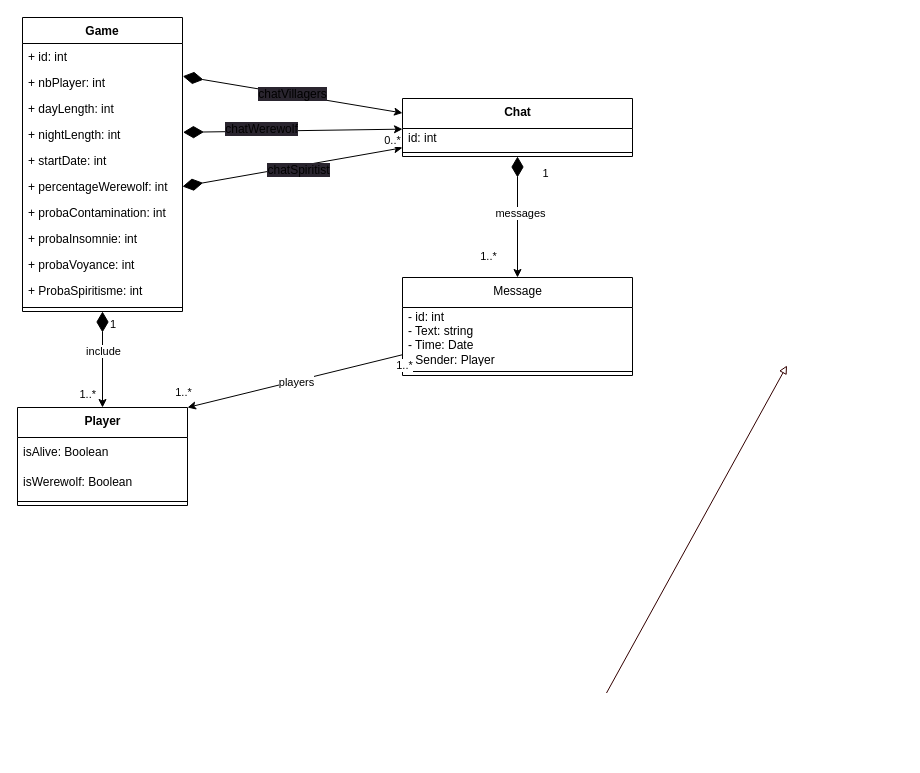
The draw.io diagram documentation/server/diagramme_de_classes_analyse.drawio in gfhuth/werewolf, before the edit. Source tidied: cells renumbered, new cells numbered last; positions are measured from the earlier drawing's top-left corner, leaving out a move shared by most shapes. Both pictures are drawn from the tidied source at 100%, with x=0, y=0 at pixel (17, 17).
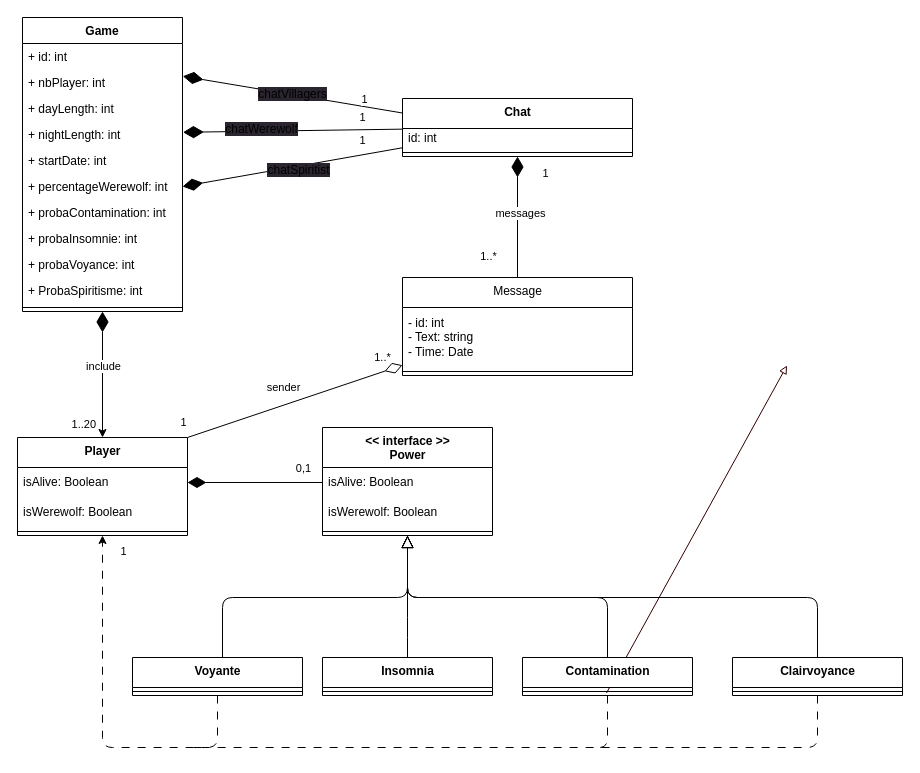
The same page after the edit.

The change refers to these unchanged cells:
```xml
<mxCell id="2" style="endArrow=classic;html=1;exitX=0.5;exitY=1;exitDx=0;exitDy=0;startArrow=diamondThin;startFill=1;endSize=6;startSize=18;entryX=0.5;entryY=0;entryDx=0;entryDy=0;" parent="1" edge="1" source="6" target="38">
  <mxGeometry relative="1" as="geometry" />
</mxCell>
<mxCell id="8" value="+ nbPlayer: int" style="text;strokeColor=none;fillColor=none;align=left;verticalAlign=top;spacingLeft=4;spacingRight=4;overflow=hidden;points=[[0,0.5],[1,0.5]];portConstraint=eastwest;" parent="6" vertex="1">
  <mxGeometry y="52" width="160" height="26" as="geometry" />
</mxCell>
<mxCell id="12" value="+ percentageWerewolf: int" style="text;strokeColor=none;fillColor=none;align=left;verticalAlign=top;spacingLeft=4;spacingRight=4;overflow=hidden;points=[[0,0.5],[1,0.5]];portConstraint=eastwest;" parent="6" vertex="1">
  <mxGeometry y="156" width="160" height="26" as="geometry" />
</mxCell>
<mxCell id="18" value="Message" style="swimlane;fontStyle=0;align=center;verticalAlign=top;horizontal=1;startSize=30;html=1;" parent="1" vertex="1">
  <mxGeometry x="385" y="260" width="230" height="98" as="geometry" />
</mxCell>
<mxCell id="27" value="&lt;b&gt;Chat&lt;/b&gt;" style="swimlane;fontStyle=0;align=center;verticalAlign=top;horizontal=1;startSize=30;html=1;" parent="1" vertex="1">
  <mxGeometry x="385" y="81" width="230" height="58" as="geometry" />
</mxCell>
<mxCell id="39" value="isAlive: Boolean" style="text;html=1;strokeColor=none;fillColor=none;align=left;verticalAlign=middle;spacingLeft=4;spacingRight=4;overflow=hidden;points=[[0,0.5],[1,0.5]];portConstraint=eastwest;" parent="38" vertex="1">
  <mxGeometry y="30" width="170" height="30" as="geometry" />
</mxCell>
```

Change to the diagram source:
```diff
@@
-    <mxCell id="4" value="1" style="edgeLabel;html=1;align=left;verticalAlign=bottom;" parent="2" vertex="1">
-      <mxGeometry x="-1" relative="1" as="geometry">
-        <mxPoint x="6" y="21" as="offset" />
-      </mxGeometry>
-    </mxCell>
-    <mxCell id="5" value="1..*" style="edgeLabel;html=1;align=right;verticalAlign=bottom;" parent="2" vertex="1">
+    <mxCell id="5" value="1..20" style="edgeLabel;html=1;align=right;verticalAlign=bottom;" parent="2" vertex="1">
       <mxGeometry x="1" relative="1" as="geometry">
         <mxPoint x="-6" y="-5" as="offset" />
       </mxGeometry>
     </mxCell>
@@
-    <mxCell id="19" value="- id: int&lt;br&gt;- Text: string&lt;br&gt;- Time: Date&lt;br&gt;- Sender: Player&amp;nbsp;" style="text;html=1;strokeColor=none;fillColor=none;align=left;verticalAlign=middle;spacingLeft=4;spacingRight=4;overflow=hidden;" parent="18" vertex="1">
+    <mxCell id="19" value="- id: int&lt;br&gt;- Text: string&lt;br&gt;- Time: Date&amp;nbsp;" style="text;html=1;strokeColor=none;fillColor=none;align=left;verticalAlign=middle;spacingLeft=4;spacingRight=4;overflow=hidden;" parent="18" vertex="1">
       <mxGeometry y="30" width="230" height="60" as="geometry" />
     </mxCell>
@@
-    <mxCell id="21" style="edgeStyle=none;html=1;exitX=1;exitY=0.5;exitDx=0;exitDy=0;startArrow=diamondThin;startFill=1;startSize=18;" parent="1" edge="1" target="27">
+    <mxCell id="21" style="edgeStyle=none;html=1;exitX=1;exitY=0.5;exitDx=0;exitDy=0;startArrow=diamondThin;startFill=1;startSize=18;endArrow=none;endFill=0;" parent="1" edge="1" target="27">
       <mxGeometry relative="1" as="geometry">
         <mxPoint x="165.5" y="114.8" as="sourcePoint" />
       </mxGeometry>
     </mxCell>
@@
+    <mxCell id="43" value="1" style="edgeLabel;html=1;align=center;verticalAlign=middle;" parent="21" vertex="1">
+      <mxGeometry x="0.83" relative="1" as="geometry">
+        <mxPoint x="-22" y="-12" as="offset" />
+      </mxGeometry>
+    </mxCell>
-    <mxCell id="23" style="edgeStyle=none;html=1;startArrow=diamondThin;startFill=1;startSize=18;entryX=0.5;entryY=0;entryDx=0;entryDy=0;" parent="1" edge="1" source="27" target="18">
+    <mxCell id="23" style="edgeStyle=none;html=1;startArrow=diamondThin;startFill=1;startSize=18;entryX=0.5;entryY=0;entryDx=0;entryDy=0;endArrow=none;endFill=0;" parent="1" edge="1" source="27" target="18">
       <mxGeometry relative="1" as="geometry" />
     </mxCell>
@@
-    <mxCell id="30" style="edgeStyle=none;html=1;entryX=1;entryY=0;entryDx=0;entryDy=0;" parent="1" edge="1" source="18" target="38">
+    <mxCell id="30" style="edgeStyle=none;html=1;entryX=1;entryY=0;entryDx=0;entryDy=0;endArrow=none;endFill=0;startArrow=diamondThin;startFill=0;startSize=16;" parent="1" edge="1" source="18" target="38">
       <mxGeometry relative="1" as="geometry" />
     </mxCell>
-    <mxCell id="31" value="players" style="edgeLabel;html=1;align=center;verticalAlign=middle;" parent="30" vertex="1">
+    <mxCell id="31" value="sender" style="edgeLabel;html=1;align=center;verticalAlign=middle;" parent="30" vertex="1">
       <mxGeometry x="-0.01" y="2" relative="1" as="geometry">
-        <mxPoint y="-1" as="offset" />
+        <mxPoint x="-14" y="-16" as="offset" />
       </mxGeometry>
     </mxCell>
     <mxCell id="32" value="1..*" style="edgeLabel;html=1;align=center;verticalAlign=middle;" parent="30" vertex="1">
       <mxGeometry x="-0.91" relative="1" as="geometry">
-        <mxPoint x="11" y="8" as="offset" />
+        <mxPoint x="-11" y="-11" as="offset" />
       </mxGeometry>
     </mxCell>
-    <mxCell id="33" value="1..*" style="edgeLabel;html=1;align=center;verticalAlign=middle;" parent="30" vertex="1">
+    <mxCell id="33" value="1" style="edgeLabel;html=1;align=center;verticalAlign=middle;" parent="30" vertex="1">
       <mxGeometry x="0.92" y="1" relative="1" as="geometry">
         <mxPoint x="-13" y="-14" as="offset" />
       </mxGeometry>
     </mxCell>
-    <mxCell id="34" value="&lt;span style=&quot;font-size: 12px; background-color: rgb(42, 37, 47);&quot;&gt;chatVillagers&lt;/span&gt;" style="edgeStyle=none;html=1;exitX=1.002;exitY=0.259;exitDx=0;exitDy=0;entryX=0;entryY=0.25;entryDx=0;entryDy=0;exitPerimeter=0;startArrow=diamondThin;startFill=1;startSize=18;" parent="1" edge="1" source="8" target="27">
+    <mxCell id="34" value="&lt;span style=&quot;font-size: 12px; background-color: rgb(42, 37, 47);&quot;&gt;chatVillagers&lt;/span&gt;" style="edgeStyle=none;html=1;exitX=1.002;exitY=0.259;exitDx=0;exitDy=0;entryX=0;entryY=0.25;entryDx=0;entryDy=0;exitPerimeter=0;startArrow=diamondThin;startFill=1;startSize=18;endArrow=none;endFill=0;" parent="1" edge="1" source="8" target="27">
       <mxGeometry relative="1" as="geometry" />
     </mxCell>
+    <mxCell id="44" value="1" style="edgeLabel;html=1;align=center;verticalAlign=middle;" parent="34" vertex="1">
+      <mxGeometry x="0.65" relative="1" as="geometry">
+        <mxPoint y="-8" as="offset" />
+      </mxGeometry>
+    </mxCell>
-    <mxCell id="35" style="edgeStyle=none;html=1;exitX=1;exitY=0.5;exitDx=0;exitDy=0;startArrow=diamondThin;startFill=1;startSize=18;" parent="1" edge="1" source="12" target="27">
+    <mxCell id="35" style="edgeStyle=none;html=1;exitX=1;exitY=0.5;exitDx=0;exitDy=0;startArrow=diamondThin;startFill=1;startSize=18;endArrow=none;endFill=0;" parent="1" edge="1" source="12" target="27">
       <mxGeometry relative="1" as="geometry" />
     </mxCell>
@@
-    <mxCell id="37" value="0..*" style="edgeLabel;html=1;align=center;verticalAlign=middle;" parent="35" vertex="1">
+    <mxCell id="37" value="1" style="edgeLabel;html=1;align=center;verticalAlign=middle;" parent="35" vertex="1">
       <mxGeometry x="0.91" relative="1" as="geometry">
-        <mxPoint y="-10" as="offset" />
+        <mxPoint x="-30" y="-10" as="offset" />
       </mxGeometry>
     </mxCell>
     <mxCell id="38" value="&lt;b&gt;Player&lt;br&gt;&lt;/b&gt;" style="swimlane;fontStyle=0;align=center;verticalAlign=top;horizontal=1;startSize=30;html=1;strokeColor=default;" parent="1" vertex="1">
-      <mxGeometry y="390" width="170" height="98" as="geometry" />
+      <mxGeometry y="420" width="170" height="98" as="geometry" />
     </mxCell>
@@
+    <mxCell id="45" value="&lt;b&gt;&amp;lt;&amp;lt; interface &amp;gt;&amp;gt;&lt;br&gt;Power&lt;br&gt;&lt;/b&gt;" style="swimlane;fontStyle=0;align=center;verticalAlign=top;horizontal=1;startSize=40;html=1;strokeColor=default;" parent="1" vertex="1">
+      <mxGeometry x="305" y="410" width="170" height="108" as="geometry" />
+    </mxCell>
+    <mxCell id="46" value="isAlive: Boolean" style="text;html=1;strokeColor=none;fillColor=none;align=left;verticalAlign=middle;spacingLeft=4;spacingRight=4;overflow=hidden;points=[[0,0.5],[1,0.5]];portConstraint=eastwest;" parent="45" vertex="1">
+      <mxGeometry y="40" width="170" height="30" as="geometry" />
+    </mxCell>
+    <mxCell id="47" value="isWerewolf: Boolean" style="text;html=1;strokeColor=none;fillColor=none;align=left;verticalAlign=middle;spacingLeft=4;spacingRight=4;overflow=hidden;" parent="45" vertex="1">
+      <mxGeometry y="70" width="170" height="30" as="geometry" />
+    </mxCell>
+    <mxCell id="48" style="line;strokeWidth=1;fillColor=none;align=left;verticalAlign=middle;spacingTop=-1;spacingLeft=3;spacingRight=3;labelPosition=right;strokeColor=default;" parent="45" vertex="1">
+      <mxGeometry y="100" width="170" height="8" as="geometry" />
+    </mxCell>
+    <mxCell id="49" style="edgeStyle=orthogonalEdgeStyle;html=1;entryX=0.5;entryY=1;entryDx=0;entryDy=0;endArrow=block;endFill=0;endSize=10;" parent="1" edge="1" source="51" target="45">
+      <mxGeometry relative="1" as="geometry">
+        <Array as="points">
+          <mxPoint x="590" y="580" />
+          <mxPoint x="390" y="580" />
+        </Array>
+      </mxGeometry>
+    </mxCell>
+    <mxCell id="50" style="edgeStyle=orthogonalEdgeStyle;html=1;dashed=1;dashPattern=8 8;startArrow=none;startFill=0;endArrow=none;endFill=0;startSize=16;" parent="1" edge="1" source="51">
+      <mxGeometry relative="1" as="geometry">
+        <mxPoint x="575" y="730" as="targetPoint" />
+        <Array as="points">
+          <mxPoint x="590" y="730" />
+        </Array>
+      </mxGeometry>
+    </mxCell>
+    <mxCell id="51" value="&lt;b&gt;Contamination&lt;br&gt;&lt;/b&gt;" style="swimlane;fontStyle=0;align=center;verticalAlign=top;horizontal=1;startSize=30;html=1;strokeColor=default;" parent="1" vertex="1">
+      <mxGeometry x="505" y="640" width="170" height="38" as="geometry" />
+    </mxCell>
+    <mxCell id="52" style="line;strokeWidth=1;fillColor=none;align=left;verticalAlign=middle;spacingTop=-1;spacingLeft=3;spacingRight=3;labelPosition=right;strokeColor=default;" parent="51" vertex="1">
+      <mxGeometry y="30" width="170" height="8" as="geometry" />
+    </mxCell>
+    <mxCell id="53" style="edgeStyle=orthogonalEdgeStyle;html=1;entryX=0.5;entryY=1;entryDx=0;entryDy=0;endArrow=block;endFill=0;endSize=10;" parent="1" edge="1" source="54" target="45">
+      <mxGeometry relative="1" as="geometry">
+        <Array as="points">
+          <mxPoint x="390" y="610" />
+          <mxPoint x="390" y="610" />
+        </Array>
+      </mxGeometry>
+    </mxCell>
+    <mxCell id="54" value="&lt;b&gt;Insomnia&lt;br&gt;&lt;/b&gt;" style="swimlane;fontStyle=0;align=center;verticalAlign=top;horizontal=1;startSize=30;html=1;strokeColor=default;" parent="1" vertex="1">
+      <mxGeometry x="305" y="640" width="170" height="38" as="geometry" />
+    </mxCell>
+    <mxCell id="55" style="line;strokeWidth=1;fillColor=none;align=left;verticalAlign=middle;spacingTop=-1;spacingLeft=3;spacingRight=3;labelPosition=right;strokeColor=default;" parent="54" vertex="1">
+      <mxGeometry y="30" width="170" height="8" as="geometry" />
+    </mxCell>
+    <mxCell id="56" style="edgeStyle=orthogonalEdgeStyle;html=1;entryX=0.5;entryY=1;entryDx=0;entryDy=0;endArrow=block;endFill=0;endSize=10;" parent="1" edge="1" source="58" target="45">
+      <mxGeometry relative="1" as="geometry">
+        <Array as="points">
+          <mxPoint x="205" y="580" />
+          <mxPoint x="390" y="580" />
+        </Array>
+      </mxGeometry>
+    </mxCell>
+    <mxCell id="57" style="edgeStyle=orthogonalEdgeStyle;html=1;dashed=1;dashPattern=8 8;startArrow=none;startFill=0;endArrow=none;endFill=0;startSize=16;" parent="1" edge="1" source="58">
+      <mxGeometry relative="1" as="geometry">
+        <mxPoint x="175" y="730" as="targetPoint" />
+        <Array as="points">
+          <mxPoint x="200" y="730" />
+        </Array>
+      </mxGeometry>
+    </mxCell>
+    <mxCell id="58" value="&lt;b&gt;Voyante&lt;br&gt;&lt;/b&gt;" style="swimlane;fontStyle=0;align=center;verticalAlign=top;horizontal=1;startSize=30;html=1;strokeColor=default;" parent="1" vertex="1">
+      <mxGeometry x="115" y="640" width="170" height="38" as="geometry" />
+    </mxCell>
+    <mxCell id="59" style="line;strokeWidth=1;fillColor=none;align=left;verticalAlign=middle;spacingTop=-1;spacingLeft=3;spacingRight=3;labelPosition=right;strokeColor=default;" parent="58" vertex="1">
+      <mxGeometry y="30" width="170" height="8" as="geometry" />
+    </mxCell>
+    <mxCell id="60" style="edgeStyle=orthogonalEdgeStyle;html=1;entryX=0.5;entryY=1;entryDx=0;entryDy=0;endArrow=block;endFill=0;endSize=10;" parent="1" edge="1" source="63" target="45">
+      <mxGeometry relative="1" as="geometry">
+        <Array as="points">
+          <mxPoint x="800" y="580" />
+          <mxPoint x="390" y="580" />
+        </Array>
+      </mxGeometry>
+    </mxCell>
+    <mxCell id="61" style="edgeStyle=orthogonalEdgeStyle;html=1;dashed=1;dashPattern=8 8;startArrow=none;startFill=0;endArrow=classic;endFill=1;startSize=16;entryX=0.5;entryY=1;entryDx=0;entryDy=0;" parent="1" edge="1" source="63" target="38">
+      <mxGeometry relative="1" as="geometry">
+        <Array as="points">
+          <mxPoint x="800" y="730" />
+          <mxPoint x="85" y="730" />
+        </Array>
+      </mxGeometry>
+    </mxCell>
+    <mxCell id="62" value="1" style="edgeLabel;html=1;align=center;verticalAlign=middle;" parent="61" vertex="1">
+      <mxGeometry x="0.97" y="-1" relative="1" as="geometry">
+        <mxPoint x="19" as="offset" />
+      </mxGeometry>
+    </mxCell>
+    <mxCell id="63" value="&lt;b&gt;Clairvoyance&lt;br&gt;&lt;/b&gt;" style="swimlane;fontStyle=0;align=center;verticalAlign=top;horizontal=1;startSize=30;html=1;strokeColor=default;" parent="1" vertex="1">
+      <mxGeometry x="715" y="640" width="170" height="38" as="geometry" />
+    </mxCell>
+    <mxCell id="64" style="line;strokeWidth=1;fillColor=none;align=left;verticalAlign=middle;spacingTop=-1;spacingLeft=3;spacingRight=3;labelPosition=right;strokeColor=default;" parent="63" vertex="1">
+      <mxGeometry y="30" width="170" height="8" as="geometry" />
+    </mxCell>
+    <mxCell id="65" style="edgeStyle=orthogonalEdgeStyle;html=1;entryX=0;entryY=0.5;entryDx=0;entryDy=0;startArrow=diamondThin;startFill=1;startSize=16;endArrow=none;endFill=0;" parent="1" edge="1" source="39" target="46">
+      <mxGeometry relative="1" as="geometry" />
+    </mxCell>
+    <mxCell id="66" value="0,1" style="edgeLabel;html=1;align=center;verticalAlign=middle;" parent="65" vertex="1">
+      <mxGeometry x="0.7" y="-3" relative="1" as="geometry">
+        <mxPoint y="-18" as="offset" />
+      </mxGeometry>
+    </mxCell>
```
